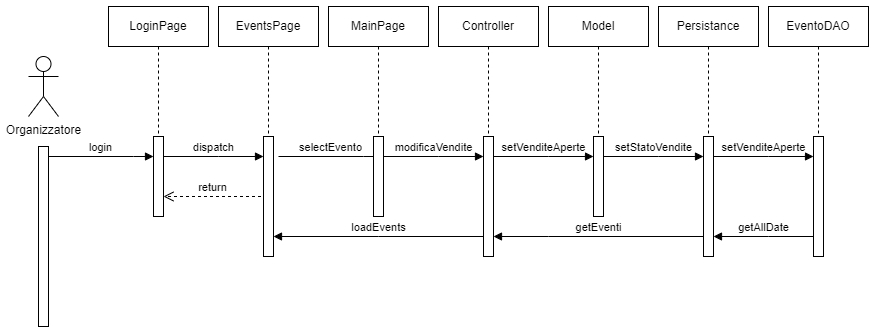
The draw.io diagram Documentazione/Diagrammi/Draw.io/images/modificaVendite.png in IngSW-unipv/Progetto-H25, before a commit. Source tidied: cells renumbered, new cells last; positions are measured from the earlier drawing's top-left corner, leaving out a move shared by most shapes.
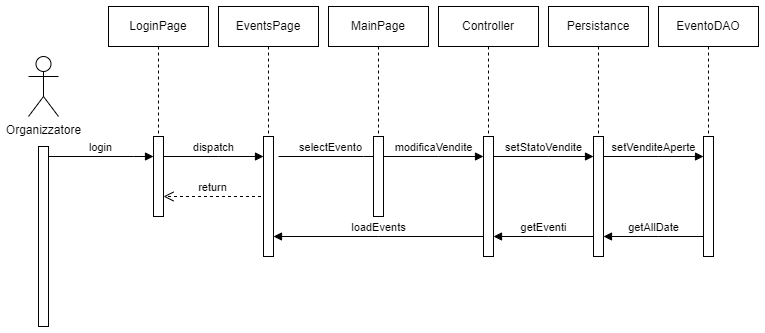
Later version of the same file.

Change to the diagram source:
```diff
@@ -83,26 +83,8 @@
     <mxCell id="20" style="html=1;points=[[0,0,0,0,5],[0,1,0,0,-5],[1,0,0,0,5],[1,1,0,0,-5]];perimeter=orthogonalPerimeter;outlineConnect=0;targetShapes=umlLifeline;portConstraint=eastwest;newEdgeStyle={&quot;curved&quot;:0,&quot;rounded&quot;:0};" parent="18" vertex="1">
       <mxGeometry x="45" y="130" width="10" height="120" as="geometry" />
     </mxCell>
-    <mxCell id="21" style="group;" parent="1" vertex="1">
-      <mxGeometry x="520" width="100" height="210" as="geometry" />
-    </mxCell>
-    <mxCell id="22" value="Model" style="shape=umlLifeline;perimeter=lifelinePerimeter;whiteSpace=wrap;html=1;newEdgeStyle={&quot;edgeStyle&quot;:&quot;elbowEdgeStyle&quot;,&quot;elbow&quot;:&quot;vertical&quot;,&quot;curved&quot;:0,&quot;rounded&quot;:0};" parent="21" vertex="1">
-      <mxGeometry width="100" height="210" as="geometry" />
-    </mxCell>
-    <mxCell id="23" style="html=1;perimeter=orthogonalPerimeter;targetShapes=umlLifeline;newEdgeStyle={&quot;curved&quot;:0,&quot;rounded&quot;:0};" parent="21" vertex="1">
-      <mxGeometry x="45" y="130" width="10" height="80" as="geometry" />
-    </mxCell>
-    <mxCell id="24" value="setVenditeAperte" style="html=1;verticalAlign=bottom;endArrow=block;edgeStyle=elbowEdgeStyle;elbow=vertical;curved=0;rounded=0;" parent="21" edge="1">
-      <mxGeometry relative="1" as="geometry">
-        <mxPoint x="-55" y="150" as="sourcePoint" />
-        <mxPoint x="45" y="150" as="targetPoint" />
-        <Array as="points">
-          <mxPoint y="150" />
-        </Array>
-      </mxGeometry>
-    </mxCell>
     <mxCell id="25" style="group;" parent="1" vertex="1">
-      <mxGeometry x="630" width="100" height="280" as="geometry" />
+      <mxGeometry x="520" width="100" height="280" as="geometry" />
     </mxCell>
     <mxCell id="26" value="Persistance" style="shape=umlLifeline;perimeter=lifelinePerimeter;whiteSpace=wrap;html=1;newEdgeStyle={&quot;edgeStyle&quot;:&quot;elbowEdgeStyle&quot;,&quot;elbow&quot;:&quot;vertical&quot;,&quot;curved&quot;:0,&quot;rounded&quot;:0};" parent="25" vertex="1">
       <mxGeometry width="100" height="210" as="geometry" />
@@ -120,7 +102,7 @@
       </mxGeometry>
     </mxCell>
     <mxCell id="29" style="group;" parent="1" vertex="1">
-      <mxGeometry x="740" width="100" height="270" as="geometry" />
+      <mxGeometry x="630" width="100" height="270" as="geometry" />
     </mxCell>
     <mxCell id="30" value="EventoDAO" style="shape=umlLifeline;perimeter=lifelinePerimeter;whiteSpace=wrap;html=1;newEdgeStyle={&quot;edgeStyle&quot;:&quot;elbowEdgeStyle&quot;,&quot;elbow&quot;:&quot;vertical&quot;,&quot;curved&quot;:0,&quot;rounded&quot;:0};" parent="29" vertex="1">
       <mxGeometry width="100" height="210" as="geometry" />
@@ -154,7 +136,7 @@
     <mxCell id="35" value="getAllDate" style="html=1;verticalAlign=bottom;endArrow=block;edgeStyle=elbowEdgeStyle;elbow=vertical;curved=0;rounded=0;" parent="1" edge="1" source="31" target="27">
       <mxGeometry relative="1" as="geometry">
         <Array as="points">
-          <mxPoint x="740" y="230" />
+          <mxPoint x="630" y="230" />
         </Array>
       </mxGeometry>
     </mxCell>
```
